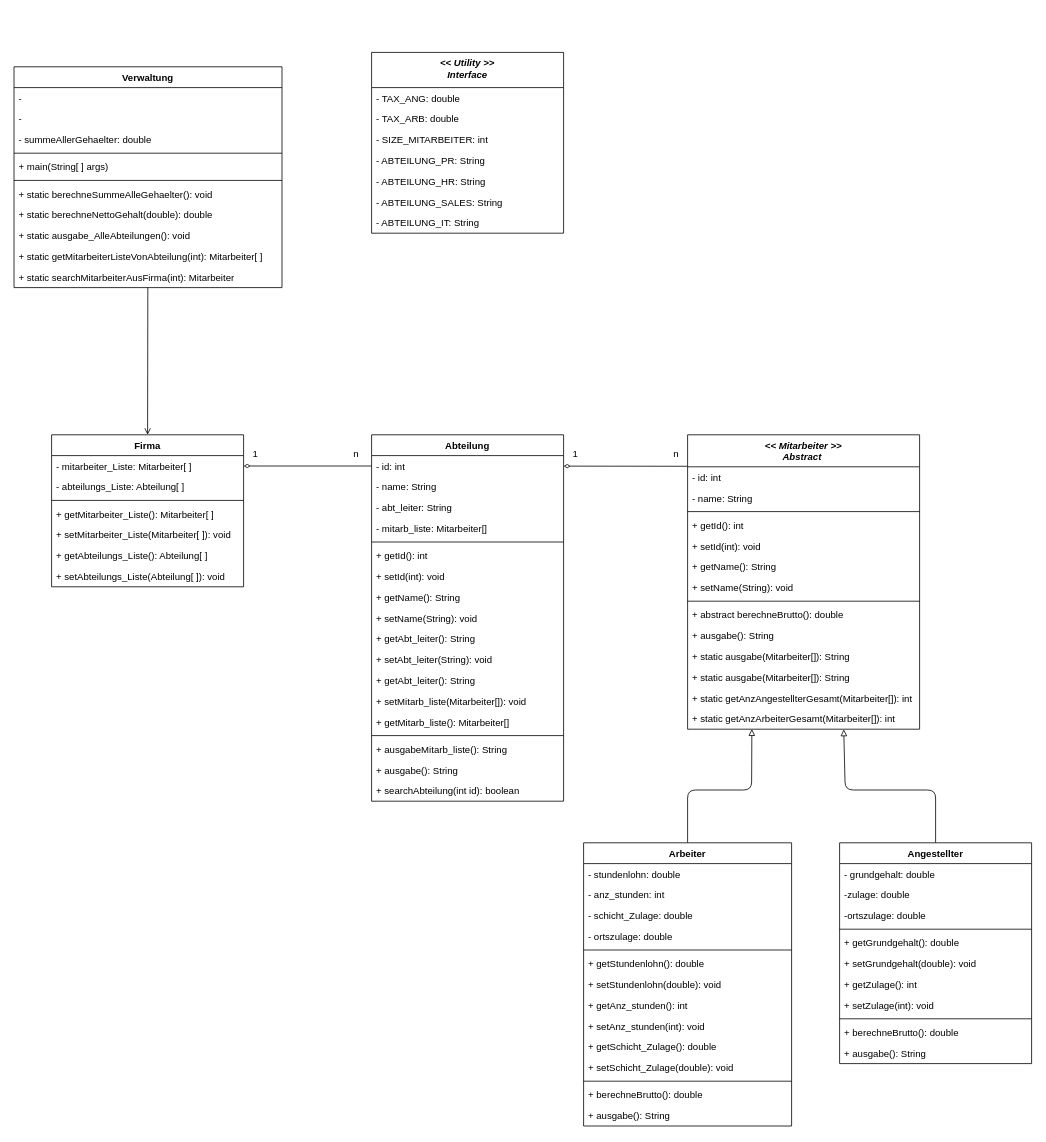
Earlier version of the draw.io diagram FirmaV4_1_ClassDiagram.drawio (mbalabanov/ClassDiagramFirmaV4_1). Source tidied: cells renumbered, new cells numbered last; positions are measured from the earlier drawing's top-left corner, leaving out a move shared by most shapes. Both pictures are drawn from the tidied source at 80%, with x=0, y=0 at pixel (14, 52).
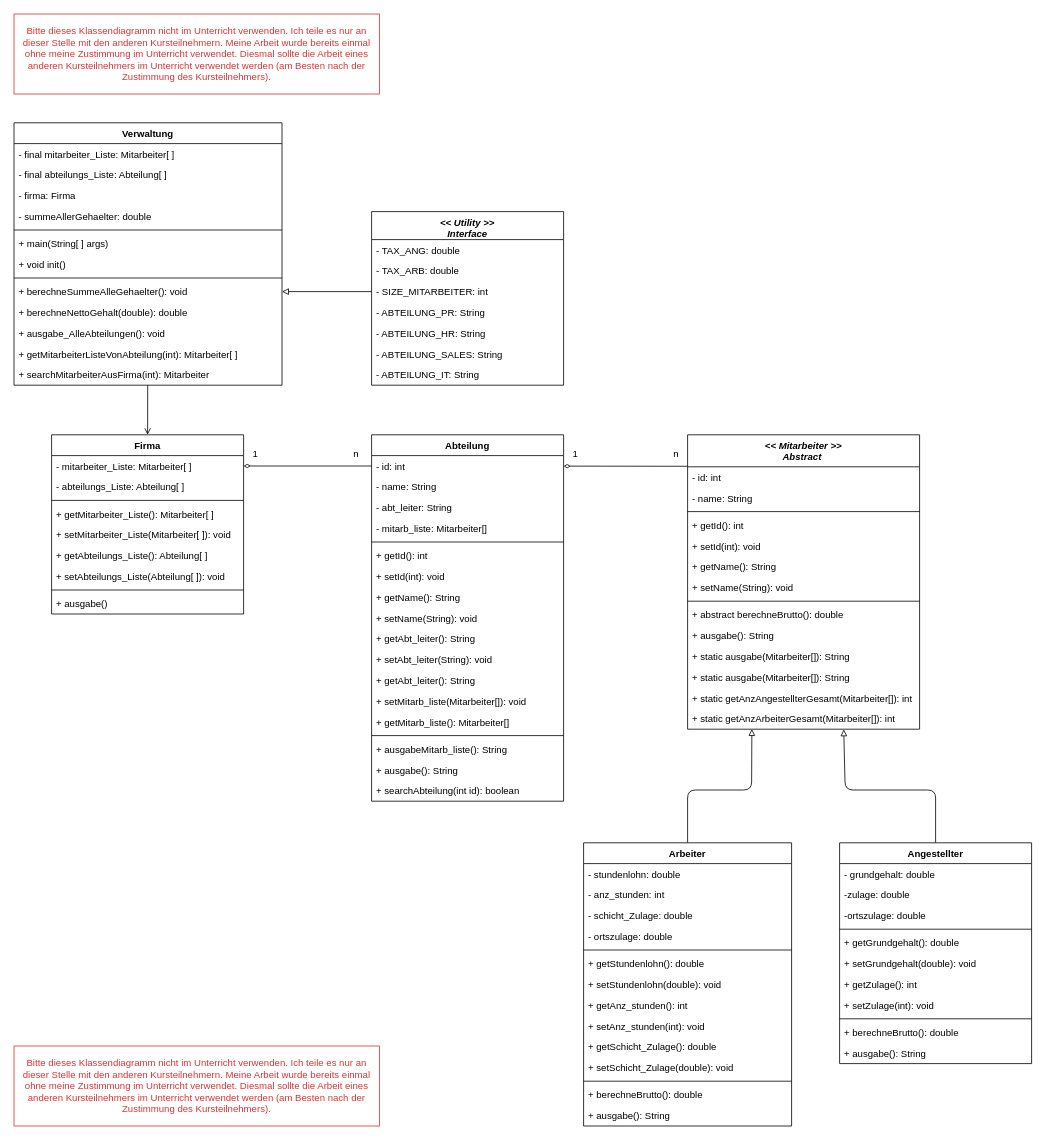
The same page after the edit.

Commit message (it also covers changes not shown here):
Adds updated class diagram and readme

The edit, as a diff of the source:
```diff
@@
     <mxCell id="47" value="Verwaltung" style="swimlane;fontStyle=1;align=center;verticalAlign=top;horizontal=1;startSize=26;" parent="1" vertex="1">
-      <mxGeometry y="18" width="335" height="276" as="geometry" />
+      <mxGeometry y="88" width="335" height="328" as="geometry" />
     </mxCell>
-    <mxCell id="48" value="- " style="text;strokeColor=none;fillColor=none;align=left;verticalAlign=top;spacingLeft=4;spacingRight=4;overflow=hidden;" parent="47" vertex="1">
-      <mxGeometry y="26" width="335" height="26" as="geometry" />
-    </mxCell>
-    <mxCell id="49" value="- " style="text;strokeColor=none;fillColor=none;align=left;verticalAlign=top;spacingLeft=4;spacingRight=4;overflow=hidden;" parent="47" vertex="1">
-      <mxGeometry y="52" width="335" height="26" as="geometry" />
-    </mxCell>
+    <mxCell id="100" value="- final mitarbeiter_Liste: Mitarbeiter[ ]" style="text;strokeColor=none;fillColor=none;align=left;verticalAlign=top;spacingLeft=4;spacingRight=4;overflow=hidden;" parent="47" vertex="1">
+      <mxGeometry y="26" width="335" height="26" as="geometry" />
+    </mxCell>
+    <mxCell id="101" value="- final abteilungs_Liste: Abteilung[ ]" style="text;strokeColor=none;fillColor=none;align=left;verticalAlign=top;spacingLeft=4;spacingRight=4;overflow=hidden;" parent="47" vertex="1">
+      <mxGeometry y="52" width="335" height="26" as="geometry" />
+    </mxCell>
+    <mxCell id="102" value="- firma: Firma" style="text;strokeColor=none;fillColor=none;align=left;verticalAlign=top;spacingLeft=4;spacingRight=4;overflow=hidden;" parent="47" vertex="1">
+      <mxGeometry y="78" width="335" height="26" as="geometry" />
+    </mxCell>
     <mxCell id="50" value="- summeAllerGehaelter: double" style="text;strokeColor=none;fillColor=none;align=left;verticalAlign=top;spacingLeft=4;spacingRight=4;overflow=hidden;" parent="47" vertex="1">
-      <mxGeometry y="78" width="335" height="26" as="geometry" />
+      <mxGeometry y="104" width="335" height="26" as="geometry" />
     </mxCell>
     <mxCell id="51" style="line;strokeWidth=1;fillColor=none;align=left;verticalAlign=middle;spacingTop=-1;spacingLeft=3;spacingRight=3;labelPosition=right;strokeColor=inherit;" parent="47" vertex="1">
-      <mxGeometry y="104" width="335" height="8" as="geometry" />
+      <mxGeometry y="130" width="335" height="8" as="geometry" />
     </mxCell>
     <mxCell id="52" value="+ main(String[ ] args)" style="text;strokeColor=none;fillColor=none;align=left;verticalAlign=top;spacingLeft=4;spacingRight=4;overflow=hidden;" parent="47" vertex="1">
-      <mxGeometry y="112" width="335" height="26" as="geometry" />
+      <mxGeometry y="138" width="335" height="26" as="geometry" />
     </mxCell>
+    <mxCell id="103" value="+ void init()" style="text;strokeColor=none;fillColor=none;align=left;verticalAlign=top;spacingLeft=4;spacingRight=4;overflow=hidden;" parent="47" vertex="1">
+      <mxGeometry y="164" width="335" height="26" as="geometry" />
+    </mxCell>
     <mxCell id="53" style="line;strokeWidth=1;fillColor=none;align=left;verticalAlign=middle;spacingTop=-1;spacingLeft=3;spacingRight=3;labelPosition=right;strokeColor=inherit;" parent="47" vertex="1">
-      <mxGeometry y="138" width="335" height="8" as="geometry" />
+      <mxGeometry y="190" width="335" height="8" as="geometry" />
     </mxCell>
-    <mxCell id="54" value="+ static berechneSummeAlleGehaelter(): void" style="text;strokeColor=none;fillColor=none;align=left;verticalAlign=top;spacingLeft=4;spacingRight=4;overflow=hidden;points=[[0,0.5],[1,0.5]];portConstraint=eastwest;" parent="47" vertex="1">
-      <mxGeometry y="146" width="335" height="26" as="geometry" />
+    <mxCell id="54" value="+ berechneSummeAlleGehaelter(): void" style="text;strokeColor=none;fillColor=none;align=left;verticalAlign=top;spacingLeft=4;spacingRight=4;overflow=hidden;points=[[0,0.5],[1,0.5]];portConstraint=eastwest;" parent="47" vertex="1">
+      <mxGeometry y="198" width="335" height="26" as="geometry" />
     </mxCell>
-    <mxCell id="55" value="+ static berechneNettoGehalt(double): double" style="text;strokeColor=none;fillColor=none;align=left;verticalAlign=top;spacingLeft=4;spacingRight=4;overflow=hidden;" parent="47" vertex="1">
-      <mxGeometry y="172" width="335" height="26" as="geometry" />
+    <mxCell id="55" value="+ berechneNettoGehalt(double): double" style="text;strokeColor=none;fillColor=none;align=left;verticalAlign=top;spacingLeft=4;spacingRight=4;overflow=hidden;" parent="47" vertex="1">
+      <mxGeometry y="224" width="335" height="26" as="geometry" />
     </mxCell>
-    <mxCell id="56" value="+ static ausgabe_AlleAbteilungen(): void" style="text;strokeColor=none;fillColor=none;align=left;verticalAlign=top;spacingLeft=4;spacingRight=4;overflow=hidden;" parent="47" vertex="1">
-      <mxGeometry y="198" width="335" height="26" as="geometry" />
+    <mxCell id="56" value="+ ausgabe_AlleAbteilungen(): void" style="text;strokeColor=none;fillColor=none;align=left;verticalAlign=top;spacingLeft=4;spacingRight=4;overflow=hidden;" parent="47" vertex="1">
+      <mxGeometry y="250" width="335" height="26" as="geometry" />
     </mxCell>
-    <mxCell id="57" value="+ static getMitarbeiterListeVonAbteilung(int): Mitarbeiter[ ]" style="text;strokeColor=none;fillColor=none;align=left;verticalAlign=top;spacingLeft=4;spacingRight=4;overflow=hidden;" parent="47" vertex="1">
-      <mxGeometry y="224" width="335" height="26" as="geometry" />
+    <mxCell id="57" value="+ getMitarbeiterListeVonAbteilung(int): Mitarbeiter[ ]" style="text;strokeColor=none;fillColor=none;align=left;verticalAlign=top;spacingLeft=4;spacingRight=4;overflow=hidden;" parent="47" vertex="1">
+      <mxGeometry y="276" width="335" height="26" as="geometry" />
     </mxCell>
-    <mxCell id="58" value="+ static searchMitarbeiterAusFirma(int): Mitarbeiter" style="text;strokeColor=none;fillColor=none;align=left;verticalAlign=top;spacingLeft=4;spacingRight=4;overflow=hidden;" parent="47" vertex="1">
-      <mxGeometry y="250" width="335" height="26" as="geometry" />
+    <mxCell id="58" value="+ searchMitarbeiterAusFirma(int): Mitarbeiter" style="text;strokeColor=none;fillColor=none;align=left;verticalAlign=top;spacingLeft=4;spacingRight=4;overflow=hidden;" parent="47" vertex="1">
+      <mxGeometry y="302" width="335" height="26" as="geometry" />
     </mxCell>
@@
     <mxCell id="81" value="Firma" style="swimlane;fontStyle=1;align=center;verticalAlign=top;horizontal=1;startSize=26;" parent="1" vertex="1">
-      <mxGeometry x="47" y="478" width="240" height="190" as="geometry" />
+      <mxGeometry x="47" y="478" width="240" height="224" as="geometry" />
     </mxCell>
@@
+    <mxCell id="104" style="line;strokeWidth=1;fillColor=none;align=left;verticalAlign=middle;spacingTop=-1;spacingLeft=3;spacingRight=3;labelPosition=right;strokeColor=inherit;fontColor=#da3434;" parent="81" vertex="1">
+      <mxGeometry y="190" width="240" height="8" as="geometry" />
+    </mxCell>
+    <mxCell id="105" value="+ ausgabe()" style="text;strokeColor=none;fillColor=none;align=left;verticalAlign=top;spacingLeft=4;spacingRight=4;overflow=hidden;" parent="81" vertex="1">
+      <mxGeometry y="198" width="240" height="26" as="geometry" />
+    </mxCell>
@@
-    <mxCell id="92" value="&lt;&lt; Utility &gt;&gt;&#10;Interface" style="swimlane;fontStyle=3;align=center;verticalAlign=top;horizontal=1;startSize=44;" parent="1" vertex="1">
-      <mxGeometry x="447" width="240" height="226" as="geometry" />
+    <mxCell id="92" value="&lt;&lt; Utility &gt;&gt;&#10;Interface" style="swimlane;fontStyle=3;align=center;verticalAlign=top;horizontal=1;startSize=35;" parent="1" vertex="1">
+      <mxGeometry x="447" y="199" width="240" height="217" as="geometry" />
     </mxCell>
     <mxCell id="93" value="- TAX_ANG: double" style="text;strokeColor=none;fillColor=none;align=left;verticalAlign=top;spacingLeft=4;spacingRight=4;overflow=hidden;" parent="92" vertex="1">
-      <mxGeometry y="44" width="240" height="26" as="geometry" />
+      <mxGeometry y="35" width="240" height="26" as="geometry" />
     </mxCell>
     <mxCell id="94" value="- TAX_ARB: double" style="text;strokeColor=none;fillColor=none;align=left;verticalAlign=top;spacingLeft=4;spacingRight=4;overflow=hidden;" parent="92" vertex="1">
-      <mxGeometry y="70" width="240" height="26" as="geometry" />
+      <mxGeometry y="61" width="240" height="26" as="geometry" />
     </mxCell>
     <mxCell id="95" value="- SIZE_MITARBEITER: int" style="text;strokeColor=none;fillColor=none;align=left;verticalAlign=top;spacingLeft=4;spacingRight=4;overflow=hidden;points=[[0,0.5],[1,0.5]];portConstraint=eastwest;" parent="92" vertex="1">
-      <mxGeometry y="96" width="240" height="26" as="geometry" />
+      <mxGeometry y="87" width="240" height="26" as="geometry" />
     </mxCell>
     <mxCell id="96" value="- ABTEILUNG_PR: String" style="text;strokeColor=none;fillColor=none;align=left;verticalAlign=top;spacingLeft=4;spacingRight=4;overflow=hidden;" parent="92" vertex="1">
-      <mxGeometry y="122" width="240" height="26" as="geometry" />
+      <mxGeometry y="113" width="240" height="26" as="geometry" />
     </mxCell>
     <mxCell id="97" value="- ABTEILUNG_HR: String" style="text;strokeColor=none;fillColor=none;align=left;verticalAlign=top;spacingLeft=4;spacingRight=4;overflow=hidden;" parent="92" vertex="1">
-      <mxGeometry y="148" width="240" height="26" as="geometry" />
+      <mxGeometry y="139" width="240" height="26" as="geometry" />
     </mxCell>
     <mxCell id="98" value="- ABTEILUNG_SALES: String" style="text;strokeColor=none;fillColor=none;align=left;verticalAlign=top;spacingLeft=4;spacingRight=4;overflow=hidden;" parent="92" vertex="1">
-      <mxGeometry y="174" width="240" height="26" as="geometry" />
+      <mxGeometry y="165" width="240" height="26" as="geometry" />
     </mxCell>
     <mxCell id="99" value="- ABTEILUNG_IT: String" style="text;strokeColor=none;fillColor=none;align=left;verticalAlign=top;spacingLeft=4;spacingRight=4;overflow=hidden;" parent="92" vertex="1">
-      <mxGeometry y="200" width="240" height="26" as="geometry" />
+      <mxGeometry y="191" width="240" height="26" as="geometry" />
     </mxCell>
+    <mxCell id="106" value="&lt;font color=&quot;#da3434&quot;&gt;Bitte dieses Klassendiagramm nicht im Unterricht verwenden. Ich teile es nur an dieser Stelle mit den anderen Kursteilnehmern. Meine Arbeit wurde bereits einmal ohne meine Zustimmung im Unterricht verwendet. Diesmal sollte die Arbeit eines anderen Kursteilnehmers im Unterricht verwendet werden (am Besten nach der Zustimmung des Kursteilnehmers).&lt;/font&gt;" style="text;html=1;strokeColor=#DA3434;fillColor=none;align=center;verticalAlign=middle;whiteSpace=wrap;rounded=0;" parent="1" vertex="1">
+      <mxGeometry y="1242" width="457" height="100" as="geometry" />
+    </mxCell>
+    <mxCell id="107" style="edgeStyle=none;html=1;entryX=1;entryY=0.5;entryDx=0;entryDy=0;fontColor=#da3434;endArrow=block;endFill=0;" parent="1" edge="1" source="95" target="54">
+      <mxGeometry relative="1" as="geometry" />
+    </mxCell>
+    <mxCell id="108" value="&lt;font color=&quot;#da3434&quot;&gt;Bitte dieses Klassendiagramm nicht im Unterricht verwenden. Ich teile es nur an dieser Stelle mit den anderen Kursteilnehmern. Meine Arbeit wurde bereits einmal ohne meine Zustimmung im Unterricht verwendet. Diesmal sollte die Arbeit eines anderen Kursteilnehmers im Unterricht verwendet werden (am Besten nach der Zustimmung des Kursteilnehmers).&lt;/font&gt;" style="text;html=1;strokeColor=#DA3434;fillColor=none;align=center;verticalAlign=middle;whiteSpace=wrap;rounded=0;" parent="1" vertex="1">
+      <mxGeometry y="-48" width="457" height="100" as="geometry" />
+    </mxCell>
```
